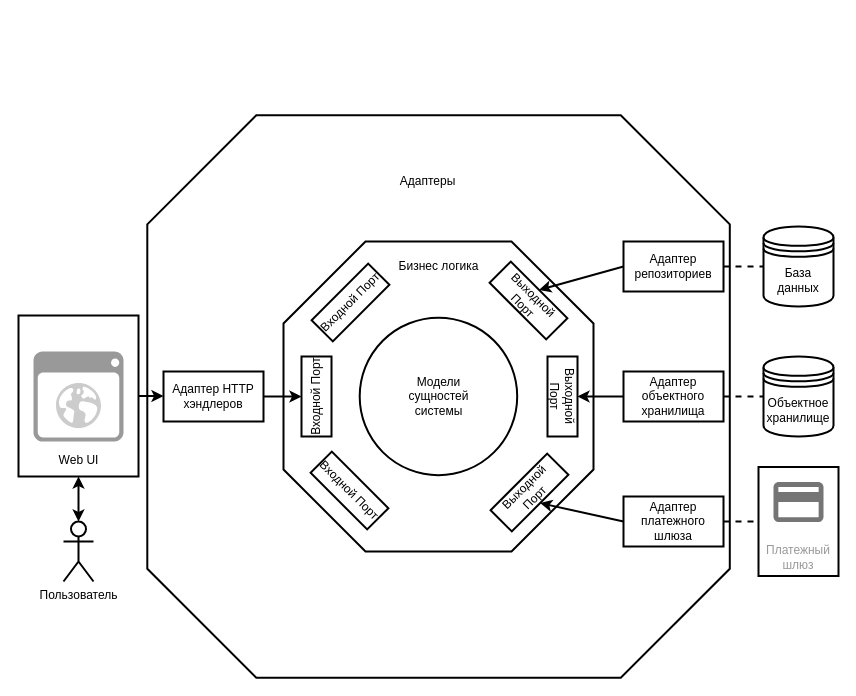
Earlier version of the draw.io diagram page "Page-2" (2 of 2) of docs/images/components.drawio (paw1a/eschool). Source tidied: cells renumbered, new cells numbered last; positions are measured from the earlier drawing's top-left corner, leaving out a move shared by most shapes. Both pictures are drawn from the tidied source at 100%, with x=0, y=0 at pixel (18, 115). Pictures stored in the file or linked from it are replaced by grey dashed boxes.
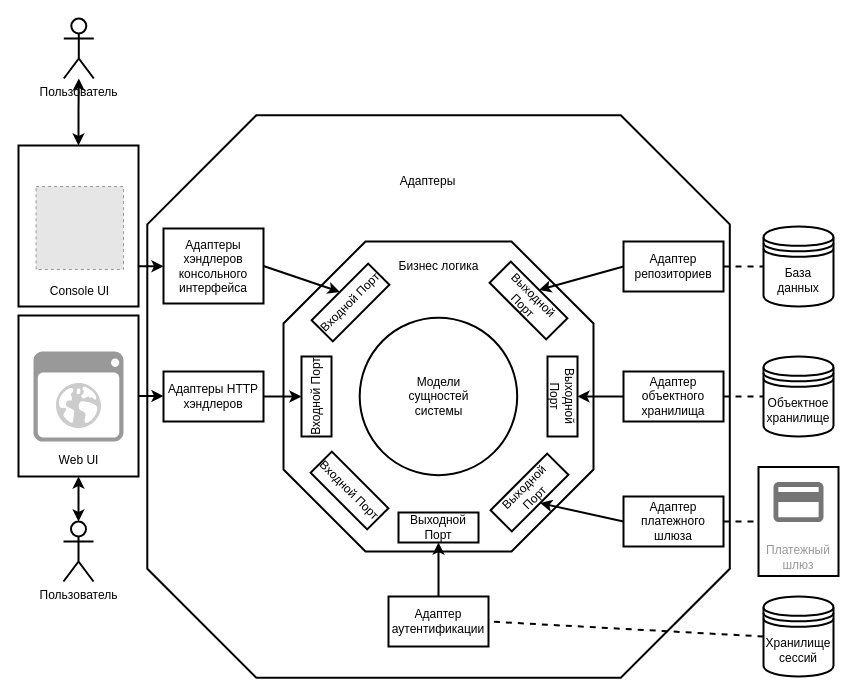
The same diagram, later.

The change refers to these unchanged cells:
```xml
<mxCell id="5" value="Входной Порт" style="rounded=0;whiteSpace=wrap;html=1;rotation=-45;strokeWidth=2;" parent="1" vertex="1">
  <mxGeometry x="292" y="172" width="80" height="30" as="geometry" />
</mxCell>
```

The edit, as a diff of the source:
```diff
@@
+    <mxCell id="35" style="rounded=0;whiteSpace=wrap;html=1;strokeWidth=2;" parent="1" vertex="1">
+      <mxGeometry y="30" width="120" height="161" as="geometry" />
+    </mxCell>
@@
-    <mxCell id="27" value="Адаптер HTTP хэндлеров" style="rounded=0;whiteSpace=wrap;html=1;strokeWidth=2;" parent="1" vertex="1">
+    <mxCell id="27" value="Адаптеры HTTP хэндлеров" style="rounded=0;whiteSpace=wrap;html=1;strokeWidth=2;" parent="1" vertex="1">
       <mxGeometry x="145" y="256" width="100" height="50" as="geometry" />
     </mxCell>
@@
+    <mxCell id="36" value="Выходной Порт" style="rounded=0;whiteSpace=wrap;html=1;rotation=0;strokeWidth=2;" parent="1" vertex="1">
+      <mxGeometry x="380" y="397" width="80" height="30" as="geometry" />
+    </mxCell>
+    <mxCell id="37" value="Адаптер аутентификации" style="rounded=0;whiteSpace=wrap;html=1;strokeWidth=2;" parent="1" vertex="1">
+      <mxGeometry x="370" y="481" width="100" height="50" as="geometry" />
+    </mxCell>
+    <mxCell id="38" style="endArrow=classic;html=1;rounded=0;exitX=0.5;exitY=0;exitDx=0;exitDy=0;entryX=0.5;entryY=1;entryDx=0;entryDy=0;strokeWidth=2;" parent="1" edge="1" source="37" target="36">
+      <mxGeometry relative="1" as="geometry" />
+    </mxCell>
+    <mxCell id="39" style="fillColor=#E6E6E6;strokeColor=#999999;dashed=1;html=1;verticalLabelPosition=bottom;labelBackgroundColor=#ffffff;verticalAlign=top;" parent="1" vertex="1">
+      <mxGeometry x="17.6" y="71" width="87.4" height="83" as="geometry" />
+    </mxCell>
+    <mxCell id="40" value="Console UI" style="text;html=1;align=center;verticalAlign=middle;strokeColor=none;fillColor=none;strokeWidth=2;" parent="1" vertex="1">
+      <mxGeometry x="21.3" y="161" width="80" height="30" as="geometry" />
+    </mxCell>
+    <mxCell id="41" value="Пользователь" style="shape=umlActor;verticalLabelPosition=bottom;verticalAlign=top;html=1;outlineConnect=0;strokeWidth=2;" parent="1" vertex="1">
+      <mxGeometry x="45.3" y="-97" width="30" height="60" as="geometry" />
+    </mxCell>
+    <mxCell id="42" style="edgeStyle=orthogonalEdgeStyle;rounded=0;jettySize=auto;html=1;exitX=0.5;exitY=0;exitDx=0;exitDy=0;strokeWidth=2;startArrow=classic;startFill=1;" parent="1" edge="1" source="35" target="41">
+      <mxGeometry relative="1" as="geometry" />
+    </mxCell>
+    <mxCell id="43" style="rounded=0;jettySize=auto;html=1;exitX=0;exitY=0.5;exitDx=0;exitDy=0;entryX=1;entryY=0.5;entryDx=0;entryDy=0;strokeWidth=2;endArrow=none;endFill=0;dashed=1;" parent="1" edge="1" source="44" target="37">
+      <mxGeometry relative="1" as="geometry" />
+    </mxCell>
+    <mxCell id="44" value="Хранилище сессий" style="shape=datastore;whiteSpace=wrap;html=1;strokeWidth=2;" parent="1" vertex="1">
+      <mxGeometry x="745" y="481" width="70" height="80" as="geometry" />
+    </mxCell>
+    <mxCell id="45" style="rounded=0;jettySize=auto;html=1;exitX=1;exitY=0.5;exitDx=0;exitDy=0;entryX=0.5;entryY=0;entryDx=0;entryDy=0;strokeWidth=2;" parent="1" edge="1" source="46" target="5">
+      <mxGeometry relative="1" as="geometry" />
+    </mxCell>
+    <mxCell id="46" value="Адаптеры хэндлеров консольного интерфейса" style="rounded=0;whiteSpace=wrap;html=1;strokeWidth=2;" parent="1" vertex="1">
+      <mxGeometry x="145" y="113" width="100" height="75" as="geometry" />
+    </mxCell>
+    <mxCell id="47" style="edgeStyle=orthogonalEdgeStyle;rounded=0;jettySize=auto;html=1;exitX=1;exitY=0.75;exitDx=0;exitDy=0;entryX=0;entryY=0.5;entryDx=0;entryDy=0;strokeWidth=2;" parent="1" edge="1" source="35" target="46">
+      <mxGeometry relative="1" as="geometry" />
+    </mxCell>
```
